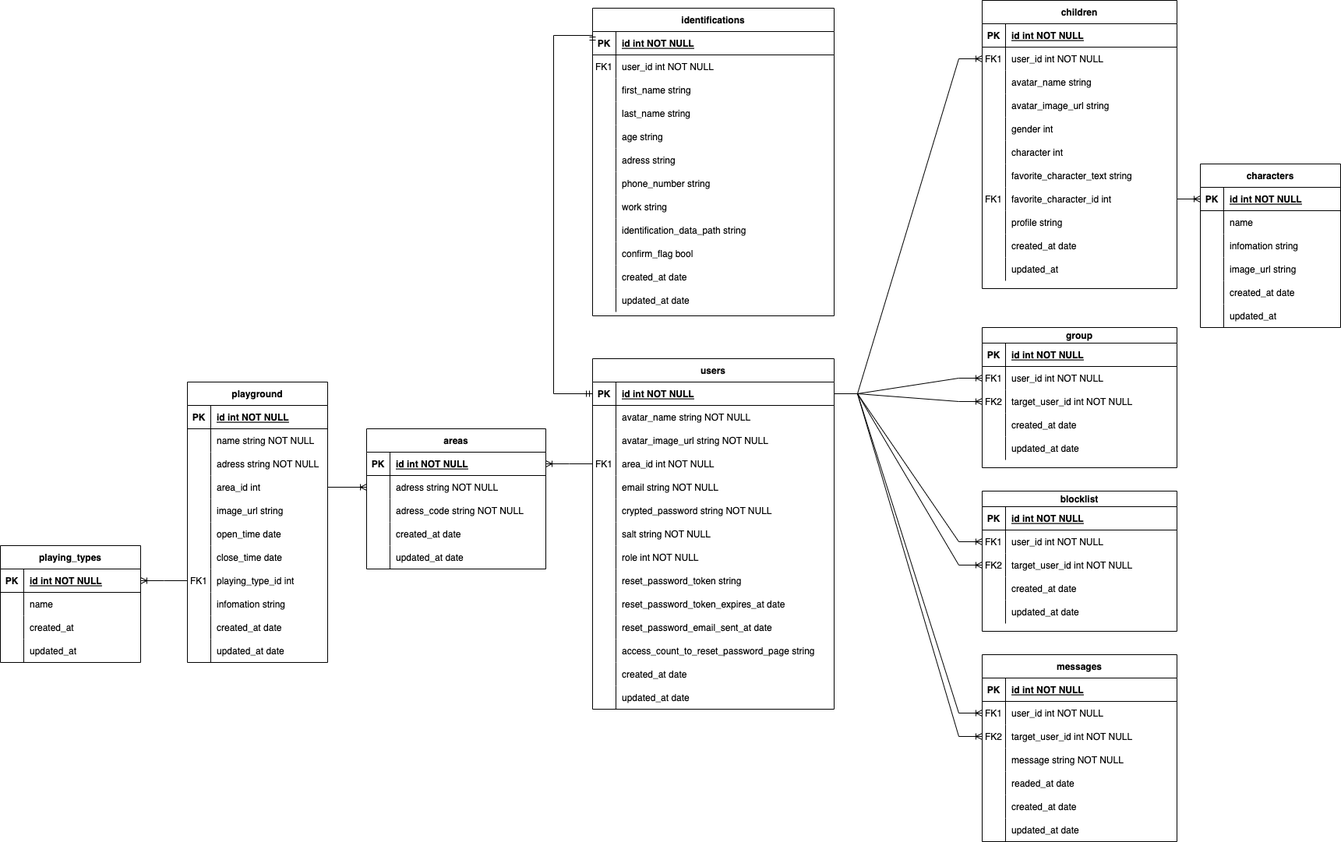
This is ER図.png from takashi-ooizumi/KidsConnect, a draw.io export, as it was before one commit. Source tidied: cells renumbered, new cells last; positions are measured from the earlier drawing's top-left corner, leaving out a move shared by most shapes.
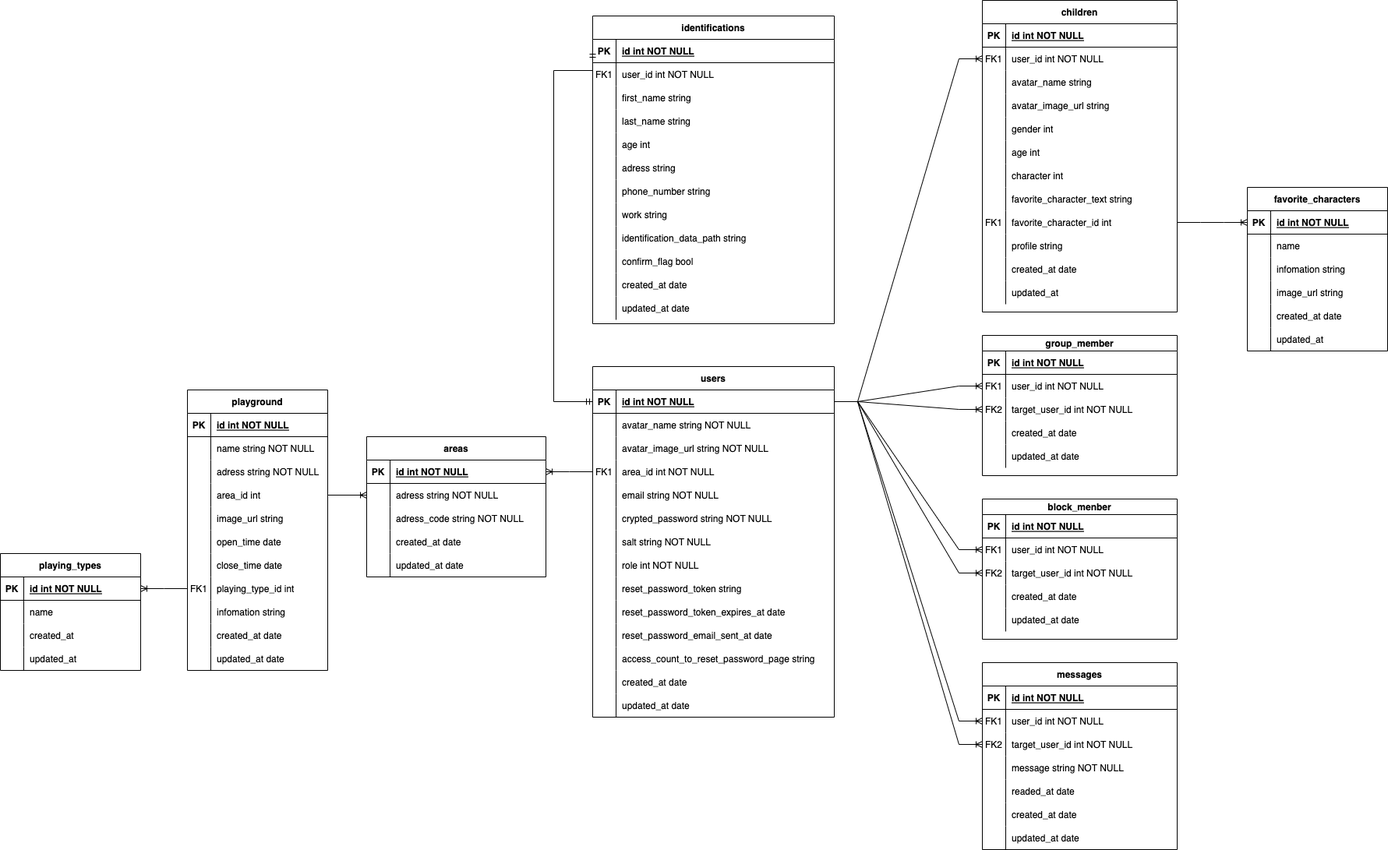
The same diagram one commit later.

Change to the diagram source:
```diff
@@ -176,7 +176,7 @@
     <mxCell id="59" style="shape=partialRectangle;overflow=hidden;fillColor=none;top=0;left=0;bottom=0;right=0;" parent="58" vertex="1">
       <mxGeometry width="30" height="30" as="geometry" />
     </mxCell>
-    <mxCell id="60" value="age string" style="shape=partialRectangle;overflow=hidden;fillColor=none;top=0;left=0;bottom=0;right=0;align=left;spacingLeft=6;" parent="58" vertex="1">
+    <mxCell id="60" value="age int" style="shape=partialRectangle;overflow=hidden;fillColor=none;top=0;left=0;bottom=0;right=0;align=left;spacingLeft=6;" parent="58" vertex="1">
       <mxGeometry x="30" width="280" height="30" as="geometry" />
     </mxCell>
     <mxCell id="61" style="shape=partialRectangle;fillColor=none;top=0;left=0;right=0;bottom=0;" parent="45" vertex="1">
@@ -243,7 +243,7 @@
       <mxGeometry x="30" width="280" height="30" as="geometry" />
     </mxCell>
     <mxCell id="82" value="children" style="shape=table;startSize=30;rowLines=0;fontStyle=1;align=center;" parent="1" vertex="1">
-      <mxGeometry x="1260" width="250" height="370" as="geometry" />
+      <mxGeometry x="1260" y="-10" width="250" height="400" as="geometry" />
     </mxCell>
     <mxCell id="83" style="shape=partialRectangle;fillColor=none;top=0;left=0;right=0;bottom=1;" parent="82" vertex="1">
       <mxGeometry y="30" width="250" height="30" as="geometry" />
@@ -290,8 +290,17 @@
     <mxCell id="97" value="gender int" style="shape=partialRectangle;overflow=hidden;fillColor=none;top=0;left=0;bottom=0;right=0;align=left;spacingLeft=6;" parent="95" vertex="1">
       <mxGeometry x="30" width="220" height="30" as="geometry" />
     </mxCell>
+    <mxCell id="264" style="shape=partialRectangle;fillColor=none;top=0;left=0;right=0;bottom=0;" parent="82" vertex="1">
+      <mxGeometry y="180" width="250" height="30" as="geometry" />
+    </mxCell>
+    <mxCell id="265" style="shape=partialRectangle;overflow=hidden;fillColor=none;top=0;left=0;bottom=0;right=0;" parent="264" vertex="1">
+      <mxGeometry width="30" height="30" as="geometry" />
+    </mxCell>
+    <mxCell id="266" value="age int" style="shape=partialRectangle;overflow=hidden;fillColor=none;top=0;left=0;bottom=0;right=0;align=left;spacingLeft=6;" parent="264" vertex="1">
+      <mxGeometry x="30" width="220" height="30" as="geometry" />
+    </mxCell>
     <mxCell id="98" style="shape=partialRectangle;fillColor=none;top=0;left=0;right=0;bottom=0;" parent="82" vertex="1">
-      <mxGeometry y="180" width="250" height="30" as="geometry" />
+      <mxGeometry y="210" width="250" height="30" as="geometry" />
     </mxCell>
     <mxCell id="99" style="shape=partialRectangle;overflow=hidden;fillColor=none;top=0;left=0;bottom=0;right=0;" parent="98" vertex="1">
       <mxGeometry width="30" height="30" as="geometry" />
@@ -300,7 +309,7 @@
       <mxGeometry x="30" width="220" height="30" as="geometry" />
     </mxCell>
     <mxCell id="101" style="shape=partialRectangle;fillColor=none;top=0;left=0;right=0;bottom=0;" parent="82" vertex="1">
-      <mxGeometry y="210" width="250" height="30" as="geometry" />
+      <mxGeometry y="240" width="250" height="30" as="geometry" />
     </mxCell>
     <mxCell id="102" style="shape=partialRectangle;overflow=hidden;fillColor=none;top=0;left=0;bottom=0;right=0;" parent="101" vertex="1">
       <mxGeometry width="30" height="30" as="geometry" />
@@ -309,7 +318,7 @@
       <mxGeometry x="30" width="220" height="30" as="geometry" />
     </mxCell>
     <mxCell id="104" style="shape=partialRectangle;fillColor=none;points=[[0,0.5],[1,0.5]];portConstraint=eastwest;top=0;left=0;right=0;bottom=0;" parent="82" vertex="1">
-      <mxGeometry y="240" width="250" height="30" as="geometry" />
+      <mxGeometry y="270" width="250" height="30" as="geometry" />
     </mxCell>
     <mxCell id="105" value="FK1" style="shape=partialRectangle;overflow=hidden;fillColor=none;top=0;left=0;bottom=0;right=0;" parent="104" vertex="1">
       <mxGeometry width="30" height="30" as="geometry" />
@@ -318,7 +327,7 @@
       <mxGeometry x="30" width="220" height="30" as="geometry" />
     </mxCell>
     <mxCell id="107" style="shape=partialRectangle;fillColor=none;top=0;left=0;right=0;bottom=0;" parent="82" vertex="1">
-      <mxGeometry y="270" width="250" height="30" as="geometry" />
+      <mxGeometry y="300" width="250" height="30" as="geometry" />
     </mxCell>
     <mxCell id="108" style="shape=partialRectangle;overflow=hidden;fillColor=none;top=0;left=0;bottom=0;right=0;" parent="107" vertex="1">
       <mxGeometry width="30" height="30" as="geometry" />
@@ -327,7 +336,7 @@
       <mxGeometry x="30" width="220" height="30" as="geometry" />
     </mxCell>
     <mxCell id="110" style="shape=partialRectangle;fillColor=none;top=0;left=0;right=0;bottom=0;" parent="82" vertex="1">
-      <mxGeometry y="300" width="250" height="30" as="geometry" />
+      <mxGeometry y="330" width="250" height="30" as="geometry" />
     </mxCell>
     <mxCell id="111" style="shape=partialRectangle;overflow=hidden;fillColor=none;top=0;left=0;bottom=0;right=0;" parent="110" vertex="1">
       <mxGeometry width="30" height="30" as="geometry" />
@@ -336,7 +345,7 @@
       <mxGeometry x="30" width="220" height="30" as="geometry" />
     </mxCell>
     <mxCell id="113" style="shape=partialRectangle;fillColor=none;top=0;left=0;right=0;bottom=0;" parent="82" vertex="1">
-      <mxGeometry y="330" width="250" height="30" as="geometry" />
+      <mxGeometry y="360" width="250" height="30" as="geometry" />
     </mxCell>
     <mxCell id="114" style="shape=partialRectangle;overflow=hidden;fillColor=none;top=0;left=0;bottom=0;right=0;" parent="113" vertex="1">
       <mxGeometry width="30" height="30" as="geometry" />
@@ -410,7 +419,7 @@
     <mxCell id="137" value="updated_at date" style="shape=partialRectangle;fillColor=none;top=0;left=0;bottom=0;right=0;align=left;spacingLeft=6;overflow=hidden;" parent="135" vertex="1">
       <mxGeometry x="30" width="220" height="30" as="geometry" />
     </mxCell>
-    <mxCell id="138" value="group" style="shape=table;startSize=20;rowLines=0;fontStyle=1;align=center;" parent="1" vertex="1">
+    <mxCell id="138" value="group_member" style="shape=table;startSize=20;rowLines=0;fontStyle=1;align=center;" parent="1" vertex="1">
       <mxGeometry x="1260" y="420" width="250" height="180" as="geometry" />
     </mxCell>
     <mxCell id="139" style="shape=tableRow;horizontal=0;startSize=0;swimlaneHead=0;swimlaneBody=0;fillColor=none;top=0;left=0;right=0;bottom=1;" parent="138" vertex="1">
@@ -458,7 +467,7 @@
     <mxCell id="153" value="updated_at date" style="shape=partialRectangle;fillColor=none;top=0;left=0;bottom=0;right=0;align=left;spacingLeft=6;overflow=hidden;" parent="151" vertex="1">
       <mxGeometry x="30" width="220" height="30" as="geometry" />
     </mxCell>
-    <mxCell id="154" value="blocklist" style="shape=table;startSize=20;rowLines=0;fontStyle=1;align=center;" parent="1" vertex="1">
+    <mxCell id="154" value="block_menber" style="shape=table;startSize=20;rowLines=0;fontStyle=1;align=center;" parent="1" vertex="1">
       <mxGeometry x="1260" y="630" width="250" height="180" as="geometry" />
     </mxCell>
     <mxCell id="155" style="shape=tableRow;horizontal=0;startSize=0;swimlaneHead=0;swimlaneBody=0;fillColor=none;top=0;left=0;right=0;bottom=1;" parent="154" vertex="1">
@@ -695,8 +704,8 @@
     <mxCell id="232" value="updated_at" style="shape=partialRectangle;fillColor=none;top=0;left=0;bottom=0;right=0;align=left;spacingLeft=6;overflow=hidden;" parent="230" vertex="1">
       <mxGeometry x="30" width="150" height="30" as="geometry" />
     </mxCell>
-    <mxCell id="233" value="characters" style="shape=table;startSize=30;rowLines=0;fontStyle=1;align=center;" parent="1" vertex="1">
-      <mxGeometry x="1540" y="210" width="180" height="210" as="geometry" />
+    <mxCell id="233" value="favorite_characters" style="shape=table;startSize=30;rowLines=0;fontStyle=1;align=center;" parent="1" vertex="1">
+      <mxGeometry x="1600" y="230" width="180" height="210" as="geometry" />
     </mxCell>
     <mxCell id="234" style="shape=tableRow;horizontal=0;startSize=0;swimlaneHead=0;swimlaneBody=0;fillColor=none;points=[[0,0.5],[1,0.5]];portConstraint=eastwest;top=0;left=0;right=0;bottom=1;" parent="233" vertex="1">
       <mxGeometry y="30" width="180" height="30" as="geometry" />
@@ -789,8 +798,8 @@
       <mxGeometry relative="1" as="geometry">
         <Array as="points">
           <mxPoint x="710" y="505" />
-          <mxPoint x="710" y="45" />
-          <mxPoint x="760" y="45" />
+          <mxPoint x="710" y="80" />
+          <mxPoint x="760" y="80" />
         </Array>
       </mxGeometry>
     </mxCell>
```
